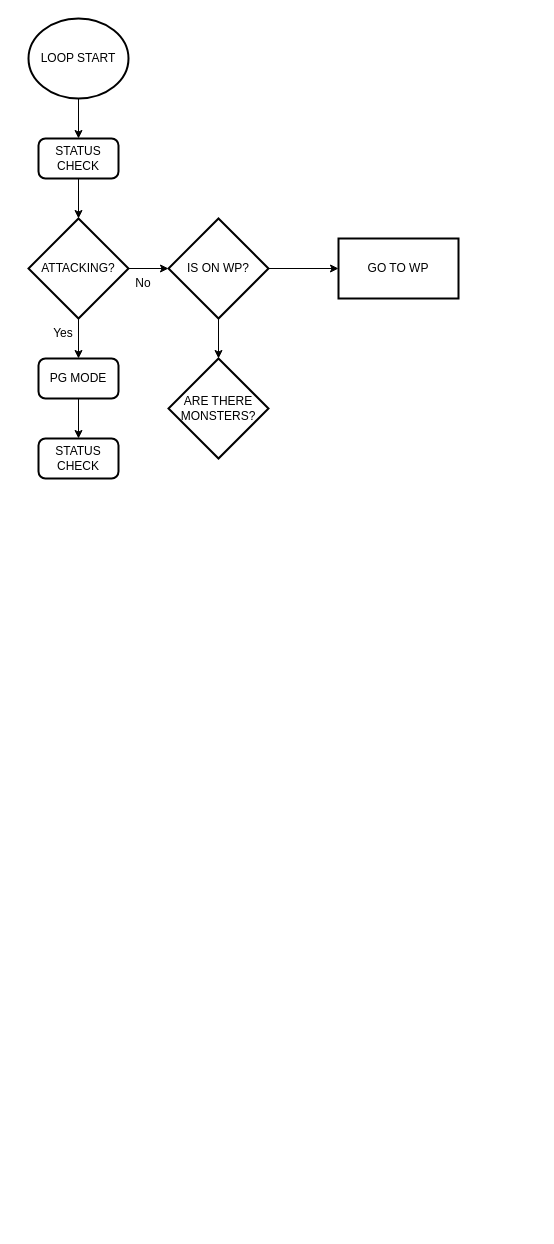
Before: Untitled Diagram.drawio in lbaisinger/Andrzej-d2r, a draw.io diagram. Source tidied: cells renumbered, new cells numbered last; positions are measured from the earlier drawing's top-left corner, leaving out a move shared by most shapes. Both pictures are drawn from the tidied source at 100%, with x=0, y=0 at pixel (28, 18).
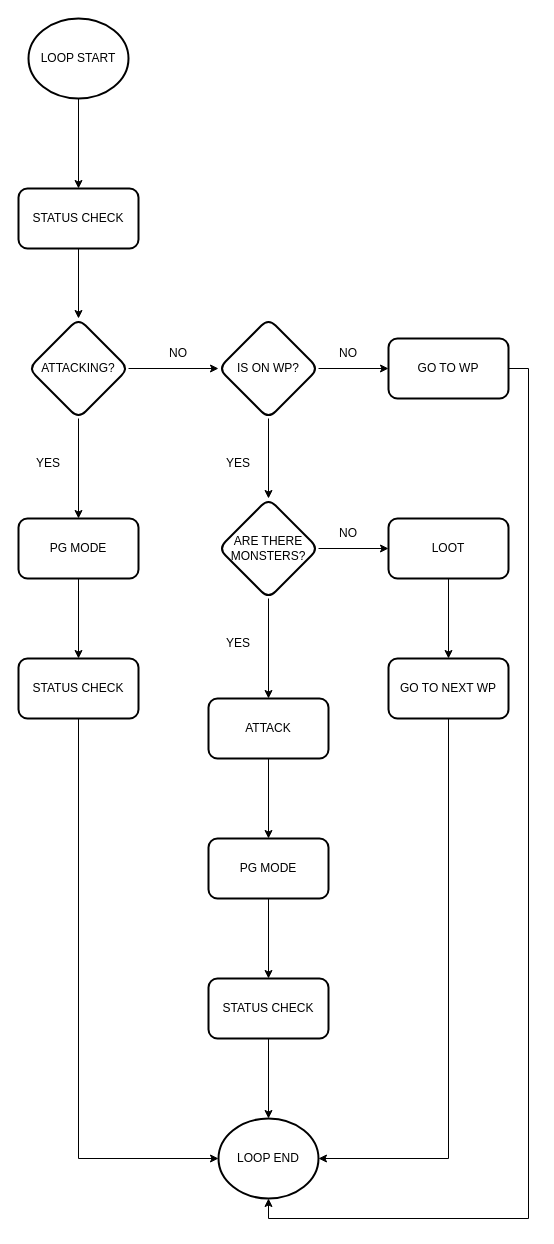
Above is the later version.

The change refers to these unchanged cells:
```xml
<mxCell id="3" value="LOOP START" style="strokeWidth=2;html=1;shape=mxgraph.flowchart.start_2;whiteSpace=wrap;" parent="1" vertex="1">
  <mxGeometry width="100" height="80" as="geometry" />
</mxCell>
```

Diff of the diagram source:
```diff
@@
-    <mxCell id="2" style="edgeStyle=orthogonalEdgeStyle;rounded=0;jettySize=auto;html=1;" parent="1" edge="1" source="3" target="5">
-      <mxGeometry relative="1" as="geometry" />
-    </mxCell>
+    <mxCell id="19" style="edgeStyle=orthogonalEdgeStyle;rounded=0;jettySize=auto;html=1;" parent="1" edge="1" source="3" target="21">
+      <mxGeometry relative="1" as="geometry" />
+    </mxCell>
@@
-    <mxCell id="4" style="edgeStyle=orthogonalEdgeStyle;rounded=0;jettySize=auto;html=1;" parent="1" edge="1" source="5" target="8">
-      <mxGeometry relative="1" as="geometry" />
-    </mxCell>
-    <mxCell id="5" value="STATUS CHECK" style="rounded=1;whiteSpace=wrap;html=1;absoluteArcSize=1;arcSize=14;strokeWidth=2;" parent="1" vertex="1">
-      <mxGeometry x="10" y="120" width="80" height="40" as="geometry" />
-    </mxCell>
-    <mxCell id="6" style="edgeStyle=orthogonalEdgeStyle;rounded=0;jettySize=auto;html=1;" parent="1" edge="1" source="8" target="10">
-      <mxGeometry relative="1" as="geometry" />
-    </mxCell>
+    <mxCell id="20" style="edgeStyle=orthogonalEdgeStyle;rounded=0;jettySize=auto;html=1;" parent="1" edge="1" source="21" target="8">
+      <mxGeometry relative="1" as="geometry" />
+    </mxCell>
+    <mxCell id="21" value="STATUS CHECK" style="rounded=1;whiteSpace=wrap;html=1;strokeWidth=2;" parent="1" vertex="1">
+      <mxGeometry x="-10" y="170" width="120" height="60" as="geometry" />
+    </mxCell>
+    <mxCell id="22" style="edgeStyle=orthogonalEdgeStyle;rounded=0;jettySize=auto;html=1;" parent="1" edge="1" source="8" target="24">
+      <mxGeometry relative="1" as="geometry" />
+    </mxCell>
@@
-    <mxCell id="8" value="ATTACKING?" style="strokeWidth=2;html=1;shape=mxgraph.flowchart.decision;whiteSpace=wrap;" parent="1" vertex="1">
-      <mxGeometry y="200" width="100" height="100" as="geometry" />
+    <mxCell id="8" value="ATTACKING?" style="rhombus;whiteSpace=wrap;html=1;rounded=1;strokeWidth=2;" parent="1" vertex="1">
+      <mxGeometry y="300" width="100" height="100" as="geometry" />
     </mxCell>
-    <mxCell id="9" style="edgeStyle=orthogonalEdgeStyle;rounded=0;jettySize=auto;html=1;" parent="1" edge="1" source="10" target="16">
-      <mxGeometry relative="1" as="geometry" />
-    </mxCell>
-    <mxCell id="10" value="PG MODE" style="rounded=1;whiteSpace=wrap;html=1;absoluteArcSize=1;arcSize=14;strokeWidth=2;" parent="1" vertex="1">
-      <mxGeometry x="10" y="340" width="80" height="40" as="geometry" />
-    </mxCell>
+    <mxCell id="23" style="edgeStyle=orthogonalEdgeStyle;rounded=0;jettySize=auto;html=1;" parent="1" edge="1" source="24" target="38">
+      <mxGeometry relative="1" as="geometry" />
+    </mxCell>
+    <mxCell id="24" value="PG MODE" style="rounded=1;whiteSpace=wrap;html=1;strokeWidth=2;" parent="1" vertex="1">
+      <mxGeometry x="-10" y="500" width="120" height="60" as="geometry" />
+    </mxCell>
@@
-    <mxCell id="13" value="IS ON WP?" style="strokeWidth=2;html=1;shape=mxgraph.flowchart.decision;whiteSpace=wrap;" parent="1" vertex="1">
-      <mxGeometry x="140" y="200" width="100" height="100" as="geometry" />
+    <mxCell id="13" value="IS ON WP?" style="rhombus;whiteSpace=wrap;html=1;rounded=1;strokeWidth=2;" parent="1" vertex="1">
+      <mxGeometry x="190" y="300" width="100" height="100" as="geometry" />
     </mxCell>
-    <mxCell id="14" value="Yes" style="text;html=1;strokeColor=none;fillColor=none;align=center;verticalAlign=middle;whiteSpace=wrap;rounded=0;" parent="1" vertex="1">
-      <mxGeometry x="20" y="300" width="30" height="30" as="geometry" />
-    </mxCell>
-    <mxCell id="15" value="No" style="text;html=1;strokeColor=none;fillColor=none;align=center;verticalAlign=middle;whiteSpace=wrap;rounded=0;" parent="1" vertex="1">
-      <mxGeometry x="100" y="250" width="30" height="30" as="geometry" />
-    </mxCell>
-    <mxCell id="16" value="STATUS CHECK" style="rounded=1;whiteSpace=wrap;html=1;absoluteArcSize=1;arcSize=14;strokeWidth=2;" parent="1" vertex="1">
-      <mxGeometry x="10" y="420" width="80" height="40" as="geometry" />
-    </mxCell>
+    <mxCell id="25" style="edgeStyle=orthogonalEdgeStyle;rounded=0;jettySize=auto;html=1;" parent="1" edge="1" source="17" target="29">
+      <mxGeometry relative="1" as="geometry" />
+    </mxCell>
+    <mxCell id="26" style="edgeStyle=orthogonalEdgeStyle;rounded=0;jettySize=auto;html=1;" parent="1" edge="1" source="17" target="31">
+      <mxGeometry relative="1" as="geometry" />
+    </mxCell>
-    <mxCell id="17" value="ARE THERE MONSTERS?" style="strokeWidth=2;html=1;shape=mxgraph.flowchart.decision;whiteSpace=wrap;" parent="1" vertex="1">
-      <mxGeometry x="140" y="340" width="100" height="100" as="geometry" />
+    <mxCell id="17" value="ARE THERE MONSTERS?" style="rhombus;whiteSpace=wrap;html=1;rounded=1;strokeWidth=2;" parent="1" vertex="1">
+      <mxGeometry x="190" y="480" width="100" height="100" as="geometry" />
     </mxCell>
+    <mxCell id="27" style="edgeStyle=orthogonalEdgeStyle;rounded=0;jettySize=auto;html=1;exitX=1;exitY=0.5;exitDx=0;exitDy=0;entryX=0.5;entryY=1;entryDx=0;entryDy=0;" parent="1" edge="1" source="18" target="36">
+      <mxGeometry relative="1" as="geometry" />
+    </mxCell>
-    <mxCell id="18" value="GO TO WP" style="whiteSpace=wrap;html=1;strokeWidth=2;" parent="1" vertex="1">
-      <mxGeometry x="310" y="220" width="120" height="60" as="geometry" />
+    <mxCell id="18" value="GO TO WP" style="rounded=1;whiteSpace=wrap;html=1;strokeWidth=2;" parent="1" vertex="1">
+      <mxGeometry x="360" y="320" width="120" height="60" as="geometry" />
     </mxCell>
+    <mxCell id="28" style="edgeStyle=orthogonalEdgeStyle;rounded=0;jettySize=auto;html=1;" parent="1" edge="1" source="29" target="40">
+      <mxGeometry relative="1" as="geometry" />
+    </mxCell>
+    <mxCell id="29" value="LOOT" style="whiteSpace=wrap;html=1;rounded=1;strokeWidth=2;" parent="1" vertex="1">
+      <mxGeometry x="360" y="500" width="120" height="60" as="geometry" />
+    </mxCell>
+    <mxCell id="30" style="edgeStyle=orthogonalEdgeStyle;rounded=0;jettySize=auto;html=1;" parent="1" edge="1" source="31" target="33">
+      <mxGeometry relative="1" as="geometry" />
+    </mxCell>
+    <mxCell id="31" value="ATTACK" style="whiteSpace=wrap;html=1;rounded=1;strokeWidth=2;" parent="1" vertex="1">
+      <mxGeometry x="180" y="680" width="120" height="60" as="geometry" />
+    </mxCell>
+    <mxCell id="32" style="edgeStyle=orthogonalEdgeStyle;rounded=0;jettySize=auto;html=1;" parent="1" edge="1" source="33" target="35">
+      <mxGeometry relative="1" as="geometry" />
+    </mxCell>
+    <mxCell id="33" value="PG MODE" style="whiteSpace=wrap;html=1;rounded=1;strokeWidth=2;" parent="1" vertex="1">
+      <mxGeometry x="180" y="820" width="120" height="60" as="geometry" />
+    </mxCell>
+    <mxCell id="34" style="edgeStyle=orthogonalEdgeStyle;rounded=0;jettySize=auto;html=1;" parent="1" edge="1" source="35" target="36">
+      <mxGeometry relative="1" as="geometry" />
+    </mxCell>
+    <mxCell id="35" value="STATUS CHECK" style="whiteSpace=wrap;html=1;rounded=1;strokeWidth=2;" parent="1" vertex="1">
+      <mxGeometry x="180" y="960" width="120" height="60" as="geometry" />
+    </mxCell>
+    <mxCell id="36" value="LOOP END" style="ellipse;whiteSpace=wrap;html=1;rounded=1;strokeWidth=2;" parent="1" vertex="1">
+      <mxGeometry x="190" y="1100" width="100" height="80" as="geometry" />
+    </mxCell>
+    <mxCell id="37" style="edgeStyle=orthogonalEdgeStyle;rounded=0;jettySize=auto;html=1;exitX=0.5;exitY=1;exitDx=0;exitDy=0;entryX=0;entryY=0.5;entryDx=0;entryDy=0;" parent="1" edge="1" source="38" target="36">
+      <mxGeometry relative="1" as="geometry" />
+    </mxCell>
+    <mxCell id="38" value="STATUS CHECK" style="whiteSpace=wrap;html=1;rounded=1;strokeWidth=2;" parent="1" vertex="1">
+      <mxGeometry x="-10" y="640" width="120" height="60" as="geometry" />
+    </mxCell>
+    <mxCell id="39" style="edgeStyle=orthogonalEdgeStyle;rounded=0;jettySize=auto;html=1;exitX=0.5;exitY=1;exitDx=0;exitDy=0;entryX=1;entryY=0.5;entryDx=0;entryDy=0;" parent="1" edge="1" source="40" target="36">
+      <mxGeometry relative="1" as="geometry" />
+    </mxCell>
+    <mxCell id="40" value="GO TO NEXT WP" style="whiteSpace=wrap;html=1;rounded=1;strokeWidth=2;" parent="1" vertex="1">
+      <mxGeometry x="360" y="640" width="120" height="60" as="geometry" />
+    </mxCell>
+    <mxCell id="41" value="YES" style="text;html=1;strokeColor=none;fillColor=none;align=center;verticalAlign=middle;whiteSpace=wrap;rounded=0;" parent="1" vertex="1">
+      <mxGeometry x="-10" y="430" width="60" height="30" as="geometry" />
+    </mxCell>
+    <mxCell id="42" value="YES" style="text;html=1;strokeColor=none;fillColor=none;align=center;verticalAlign=middle;whiteSpace=wrap;rounded=0;" parent="1" vertex="1">
+      <mxGeometry x="180" y="610" width="60" height="30" as="geometry" />
+    </mxCell>
+    <mxCell id="43" value="YES" style="text;html=1;strokeColor=none;fillColor=none;align=center;verticalAlign=middle;whiteSpace=wrap;rounded=0;" parent="1" vertex="1">
+      <mxGeometry x="180" y="430" width="60" height="30" as="geometry" />
+    </mxCell>
+    <mxCell id="44" value="NO" style="text;html=1;strokeColor=none;fillColor=none;align=center;verticalAlign=middle;whiteSpace=wrap;rounded=0;" parent="1" vertex="1">
+      <mxGeometry x="120" y="320" width="60" height="30" as="geometry" />
+    </mxCell>
+    <mxCell id="45" value="NO" style="text;html=1;strokeColor=none;fillColor=none;align=center;verticalAlign=middle;whiteSpace=wrap;rounded=0;" parent="1" vertex="1">
+      <mxGeometry x="290" y="320" width="60" height="30" as="geometry" />
+    </mxCell>
+    <mxCell id="46" value="NO" style="text;html=1;strokeColor=none;fillColor=none;align=center;verticalAlign=middle;whiteSpace=wrap;rounded=0;" parent="1" vertex="1">
+      <mxGeometry x="290" y="500" width="60" height="30" as="geometry" />
+    </mxCell>
```
